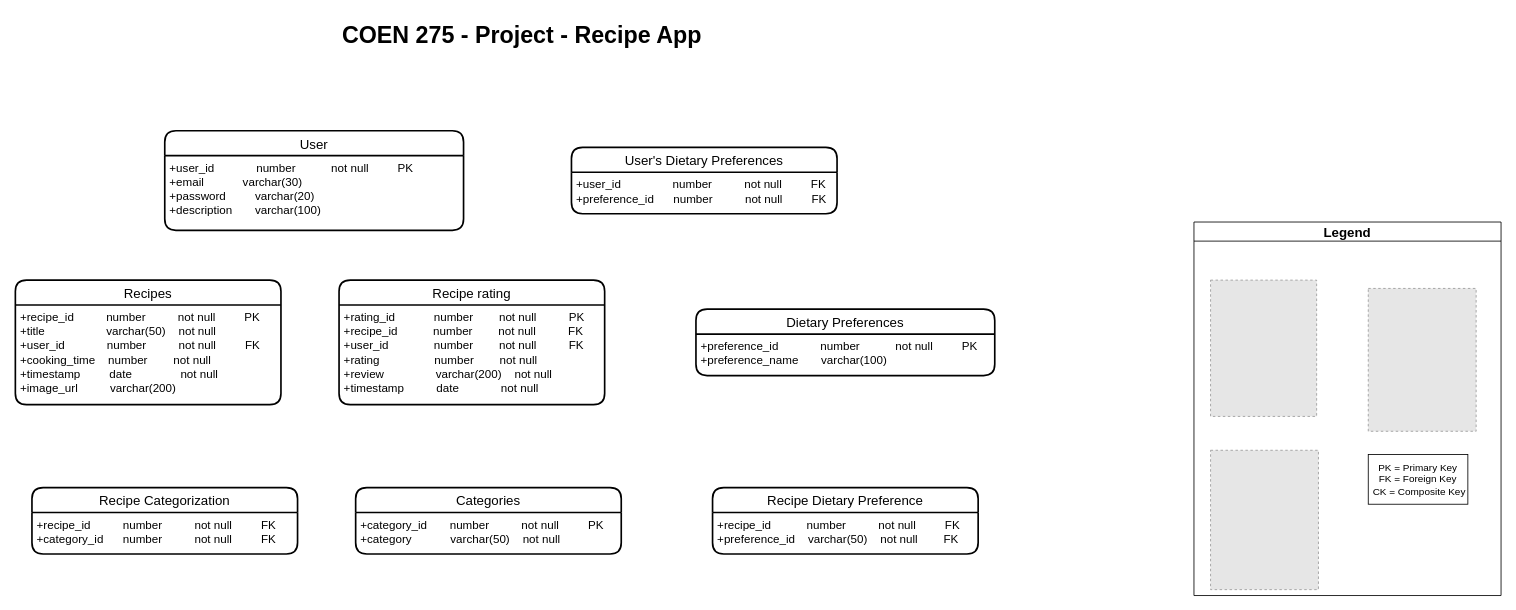
Ajitesh-Tamirisa/Recipe-sharing-app keeps this draw.io diagram as DB Schema/recipe-app-schema.drawio. Above is the earlier version. Source tidied: cells renumbered, new cells numbered last; positions are measured from the earlier drawing's top-left corner, leaving out a move shared by most shapes. Both pictures are drawn from the tidied source at 83%, with x=0, y=0 at pixel (15, 14). Pictures stored in the file or linked from it are replaced by grey dashed boxes.
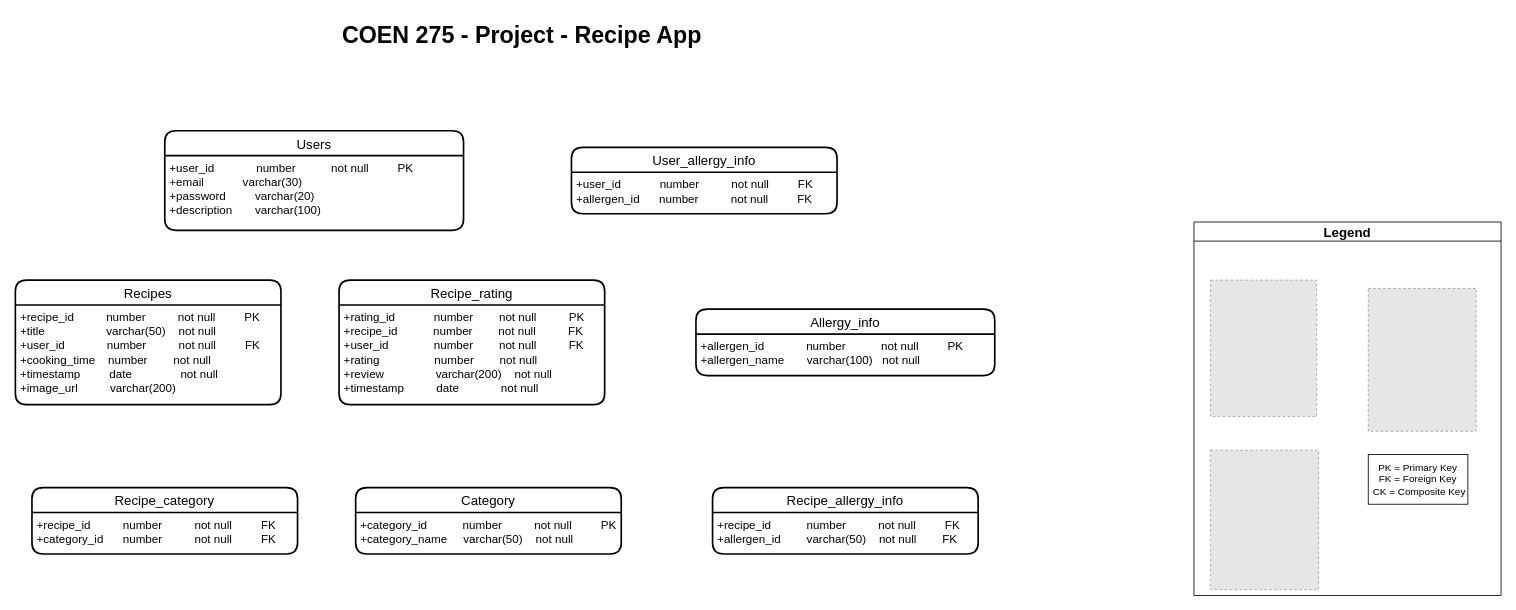
Above is the later version.

What changed in the source:
```diff
@@
-    <mxCell id="2" value="User" style="swimlane;horizontal=1;startSize=30;rounded=1;fontSize=16;fontStyle=0;strokeWidth=2;shadow=0;dashed=0;align=center;" parent="1" vertex="1">
+    <mxCell id="2" value="Users" style="swimlane;horizontal=1;startSize=30;rounded=1;fontSize=16;fontStyle=0;strokeWidth=2;shadow=0;dashed=0;align=center;" parent="1" vertex="1">
       <mxGeometry x="180" y="140" width="360" height="120" as="geometry" />
     </mxCell>
@@
-    <mxCell id="10" value="Dietary Preferences" style="swimlane;horizontal=1;startSize=30;rounded=1;fontSize=16;fontStyle=0;strokeWidth=2;shadow=0;dashed=0;align=center;" parent="1" vertex="1">
+    <mxCell id="10" value="Allergy_info" style="swimlane;horizontal=1;startSize=30;rounded=1;fontSize=16;fontStyle=0;strokeWidth=2;shadow=0;dashed=0;align=center;" parent="1" vertex="1">
       <mxGeometry x="820" y="355" width="360" height="80" as="geometry" />
     </mxCell>
-    <mxCell id="11" value="+preference_id             number           not null         PK&#10;+preference_name       varchar(100)" style="align=left;strokeColor=none;fillColor=none;spacingLeft=4;fontSize=14;verticalAlign=top;" parent="10" vertex="1">
+    <mxCell id="11" value="+allergen_id             number           not null         PK&#10;+allergen_name       varchar(100)   not null" style="align=left;strokeColor=none;fillColor=none;spacingLeft=4;fontSize=14;verticalAlign=top;" parent="10" vertex="1">
       <mxGeometry y="30" width="360" height="50" as="geometry" />
     </mxCell>
-    <mxCell id="12" value="User's Dietary Preferences" style="swimlane;horizontal=1;startSize=30;rounded=1;fontSize=16;fontStyle=0;strokeWidth=2;shadow=0;dashed=0;align=center;" parent="1" vertex="1">
+    <mxCell id="12" value="User_allergy_info" style="swimlane;horizontal=1;startSize=30;rounded=1;fontSize=16;fontStyle=0;strokeWidth=2;shadow=0;dashed=0;align=center;" parent="1" vertex="1">
       <mxGeometry x="670" y="160" width="320" height="80" as="geometry" />
     </mxCell>
-    <mxCell id="13" value="+user_id                number          not null         FK&#10;+preference_id      number          not null         FK" style="align=left;strokeColor=none;fillColor=none;spacingLeft=4;fontSize=14;verticalAlign=top;" parent="12" vertex="1">
+    <mxCell id="13" value="+user_id            number          not null         FK&#10;+allergen_id      number          not null         FK" style="align=left;strokeColor=none;fillColor=none;spacingLeft=4;fontSize=14;verticalAlign=top;" parent="12" vertex="1">
       <mxGeometry y="30" width="320" height="50" as="geometry" />
     </mxCell>
@@
-    <mxCell id="16" value="Categories" style="swimlane;horizontal=1;startSize=30;rounded=1;fontSize=16;fontStyle=0;strokeWidth=2;shadow=0;dashed=0;align=center;" parent="1" vertex="1">
+    <mxCell id="16" value="Category" style="swimlane;horizontal=1;startSize=30;rounded=1;fontSize=16;fontStyle=0;strokeWidth=2;shadow=0;dashed=0;align=center;" parent="1" vertex="1">
       <mxGeometry x="410" y="570" width="320" height="80" as="geometry" />
     </mxCell>
-    <mxCell id="17" value="+category_id       number          not null         PK&#10;+category            varchar(50)    not null" style="align=left;strokeColor=none;fillColor=none;spacingLeft=4;fontSize=14;verticalAlign=top;" parent="16" vertex="1">
+    <mxCell id="17" value="+category_id           number          not null         PK&#10;+category_name     varchar(50)    not null" style="align=left;strokeColor=none;fillColor=none;spacingLeft=4;fontSize=14;verticalAlign=top;" parent="16" vertex="1">
       <mxGeometry y="30" width="320" height="50" as="geometry" />
     </mxCell>
-    <mxCell id="18" value="Recipe Categorization" style="swimlane;horizontal=1;startSize=30;rounded=1;fontSize=16;fontStyle=0;strokeWidth=2;shadow=0;dashed=0;align=center;" parent="1" vertex="1">
+    <mxCell id="18" value="Recipe_category" style="swimlane;horizontal=1;startSize=30;rounded=1;fontSize=16;fontStyle=0;strokeWidth=2;shadow=0;dashed=0;align=center;" parent="1" vertex="1">
       <mxGeometry x="20" y="570" width="320" height="80" as="geometry" />
     </mxCell>
@@
-    <mxCell id="20" value="Recipe Dietary Preference" style="swimlane;horizontal=1;startSize=30;rounded=1;fontSize=16;fontStyle=0;strokeWidth=2;shadow=0;dashed=0;align=center;" parent="1" vertex="1">
+    <mxCell id="20" value="Recipe_allergy_info" style="swimlane;horizontal=1;startSize=30;rounded=1;fontSize=16;fontStyle=0;strokeWidth=2;shadow=0;dashed=0;align=center;" parent="1" vertex="1">
       <mxGeometry x="840" y="570" width="320" height="80" as="geometry" />
     </mxCell>
-    <mxCell id="21" value="+recipe_id           number          not null         FK&#10;+preference_id    varchar(50)    not null        FK" style="align=left;strokeColor=none;fillColor=none;spacingLeft=4;fontSize=14;verticalAlign=top;" parent="20" vertex="1">
+    <mxCell id="21" value="+recipe_id           number          not null         FK&#10;+allergen_id        varchar(50)    not null        FK" style="align=left;strokeColor=none;fillColor=none;spacingLeft=4;fontSize=14;verticalAlign=top;" parent="20" vertex="1">
       <mxGeometry y="30" width="320" height="50" as="geometry" />
     </mxCell>
-    <mxCell id="22" value="Recipe rating" style="swimlane;horizontal=1;startSize=30;rounded=1;fontSize=16;fontStyle=0;strokeWidth=2;shadow=0;dashed=0;align=center;" parent="1" vertex="1">
+    <mxCell id="22" value="Recipe_rating" style="swimlane;horizontal=1;startSize=30;rounded=1;fontSize=16;fontStyle=0;strokeWidth=2;shadow=0;dashed=0;align=center;" parent="1" vertex="1">
       <mxGeometry x="390" y="320" width="320" height="150" as="geometry" />
     </mxCell>
```
